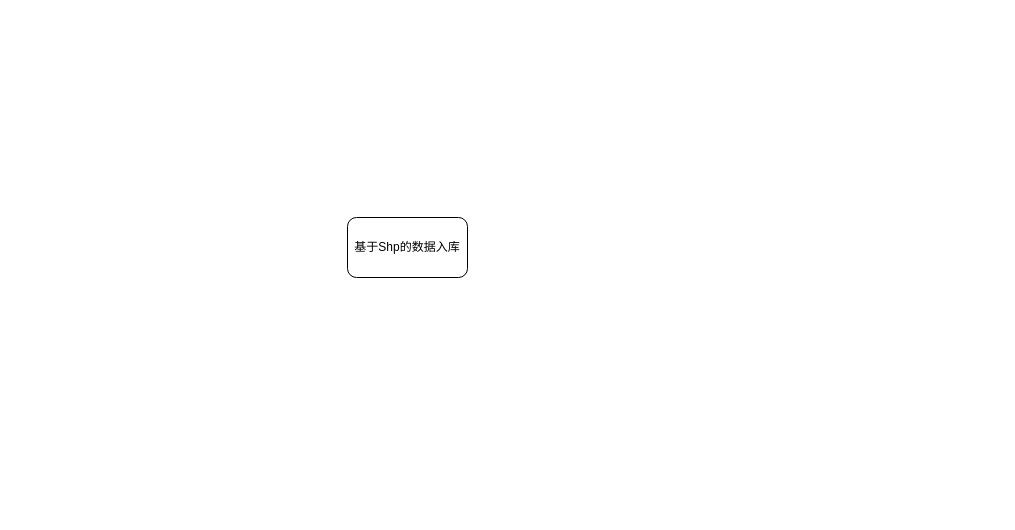
Before: 房山大石窝镇.drawio in gaochaowyq/MinderGraph, a draw.io diagram. Source tidied: cells renumbered, new cells numbered last; positions are measured from the earlier drawing's top-left corner, leaving out a move shared by most shapes. Both pictures are drawn from the tidied source at 100%, with x=0, y=0 at pixel (347, 217).
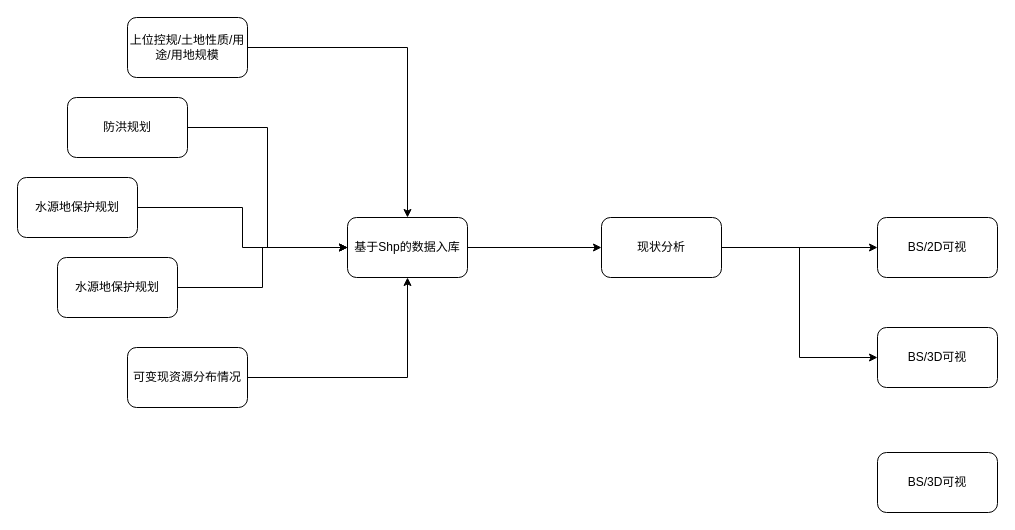
The same diagram, later.

Commit message (it also covers changes not shown here):
更新房山大石窝镇.drawio

Change to the diagram source:
```diff
@@
 <mxGraphModel>
   <root>
     <mxCell id="0" />
     <mxCell id="1" parent="0" />
+    <mxCell id="3" style="edgeStyle=orthogonalEdgeStyle;rounded=0;jettySize=auto;html=1;" parent="1" edge="1" source="2" target="16">
+      <mxGeometry relative="1" as="geometry" />
+    </mxCell>
     <mxCell id="2" value="基于Shp的数据入库" style="rounded=1;whiteSpace=wrap;html=1;" parent="1" vertex="1">
       <mxGeometry width="120" height="60" as="geometry" />
     </mxCell>
+    <mxCell id="4" style="edgeStyle=orthogonalEdgeStyle;rounded=0;jettySize=auto;html=1;" parent="1" edge="1" source="5" target="2">
+      <mxGeometry relative="1" as="geometry" />
+    </mxCell>
+    <mxCell id="5" value="上位控规/土地性质/用途/用地规模" style="rounded=1;whiteSpace=wrap;html=1;" parent="1" vertex="1">
+      <mxGeometry x="-220" y="-200" width="120" height="60" as="geometry" />
+    </mxCell>
+    <mxCell id="6" style="edgeStyle=orthogonalEdgeStyle;rounded=0;jettySize=auto;html=1;entryX=0;entryY=0.5;entryDx=0;entryDy=0;" parent="1" edge="1" source="7" target="2">
+      <mxGeometry relative="1" as="geometry" />
+    </mxCell>
+    <mxCell id="7" value="防洪规划" style="rounded=1;whiteSpace=wrap;html=1;" parent="1" vertex="1">
+      <mxGeometry x="-280" y="-120" width="120" height="60" as="geometry" />
+    </mxCell>
+    <mxCell id="8" style="edgeStyle=orthogonalEdgeStyle;rounded=0;jettySize=auto;html=1;" parent="1" edge="1" source="9" target="2">
+      <mxGeometry relative="1" as="geometry" />
+    </mxCell>
+    <mxCell id="9" value="水源地保护规划" style="rounded=1;whiteSpace=wrap;html=1;" parent="1" vertex="1">
+      <mxGeometry x="-330" y="-40" width="120" height="60" as="geometry" />
+    </mxCell>
+    <mxCell id="10" style="edgeStyle=orthogonalEdgeStyle;rounded=0;jettySize=auto;html=1;" parent="1" edge="1" source="11" target="2">
+      <mxGeometry relative="1" as="geometry" />
+    </mxCell>
+    <mxCell id="11" value="水源地保护规划" style="rounded=1;whiteSpace=wrap;html=1;" parent="1" vertex="1">
+      <mxGeometry x="-290" y="40" width="120" height="60" as="geometry" />
+    </mxCell>
+    <mxCell id="12" style="edgeStyle=orthogonalEdgeStyle;rounded=0;jettySize=auto;html=1;entryX=0.5;entryY=1;entryDx=0;entryDy=0;" parent="1" edge="1" source="13" target="2">
+      <mxGeometry relative="1" as="geometry" />
+    </mxCell>
+    <mxCell id="13" value="可变现资源分布情况" style="rounded=1;whiteSpace=wrap;html=1;" parent="1" vertex="1">
+      <mxGeometry x="-220" y="130" width="120" height="60" as="geometry" />
+    </mxCell>
+    <mxCell id="14" style="edgeStyle=orthogonalEdgeStyle;rounded=0;jettySize=auto;html=1;" parent="1" edge="1" source="16" target="17">
+      <mxGeometry relative="1" as="geometry" />
+    </mxCell>
+    <mxCell id="15" style="edgeStyle=orthogonalEdgeStyle;rounded=0;jettySize=auto;html=1;entryX=0;entryY=0.5;entryDx=0;entryDy=0;" parent="1" edge="1" source="16" target="18">
+      <mxGeometry relative="1" as="geometry" />
+    </mxCell>
+    <mxCell id="16" value="现状分析" style="rounded=1;whiteSpace=wrap;html=1;" parent="1" vertex="1">
+      <mxGeometry x="254" width="120" height="60" as="geometry" />
+    </mxCell>
+    <mxCell id="17" value="BS/2D可视" style="rounded=1;whiteSpace=wrap;html=1;" parent="1" vertex="1">
+      <mxGeometry x="530" width="120" height="60" as="geometry" />
+    </mxCell>
+    <mxCell id="18" value="BS/3D可视" style="rounded=1;whiteSpace=wrap;html=1;" parent="1" vertex="1">
+      <mxGeometry x="530" y="110" width="120" height="60" as="geometry" />
+    </mxCell>
+    <mxCell id="19" value="BS/3D可视" style="rounded=1;whiteSpace=wrap;html=1;" parent="1" vertex="1">
+      <mxGeometry x="530" y="235" width="120" height="60" as="geometry" />
+    </mxCell>
   </root>
 </mxGraphModel>
```
